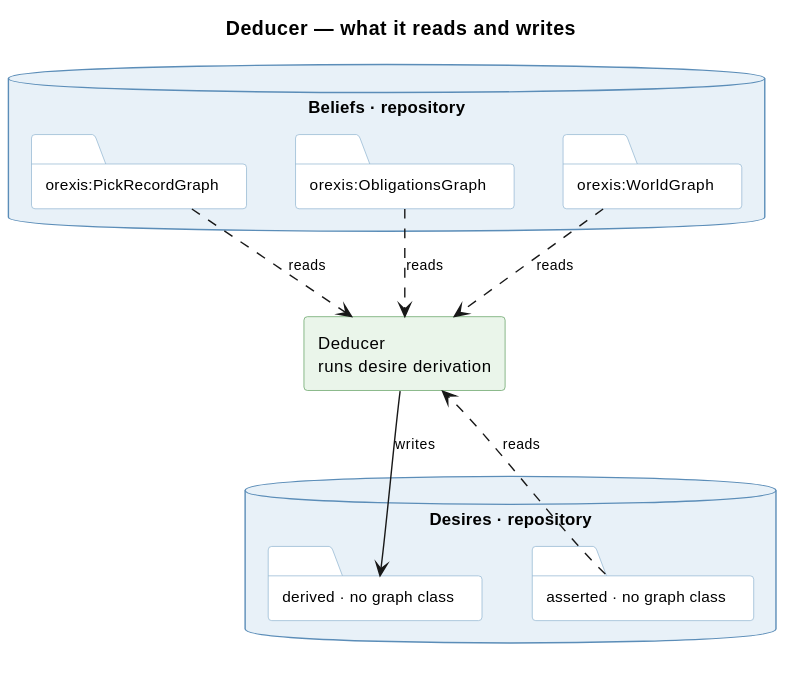
This is knowledge/diagrams/service-deducer.svg from ShishkinDmitriy/orexis, a PlantUML export, as it was before one commit.
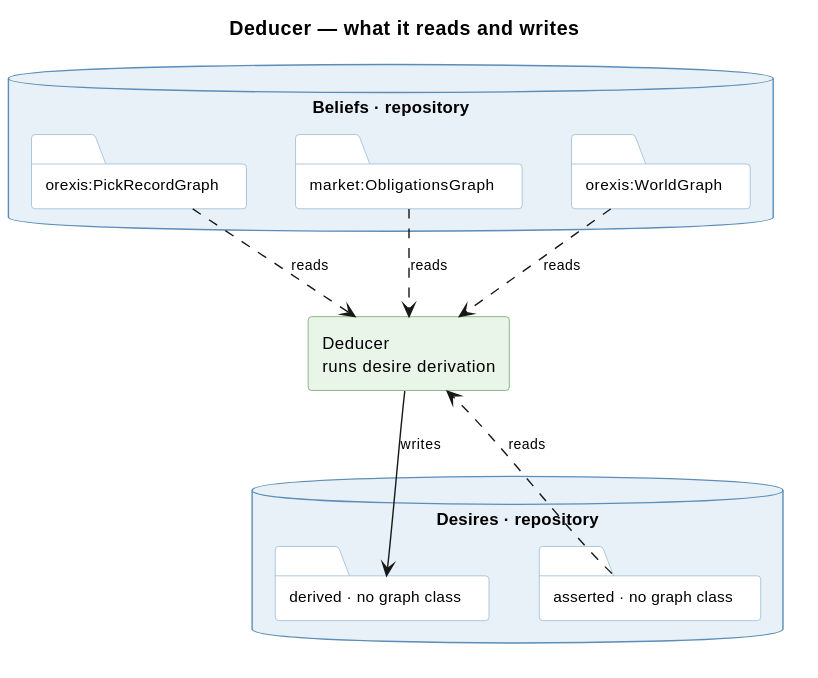
Later version of the same file.

Change to the diagram source:
```diff
@@ -23,7 +23,7 @@
 
 database "Beliefs · repository" as BEL {
   folder "orexis:PickRecordGraph" as P
-  folder "orexis:ObligationsGraph" as O
+  folder "market:ObligationsGraph" as O
   folder "orexis:WorldGraph" as W
 }
 
```
